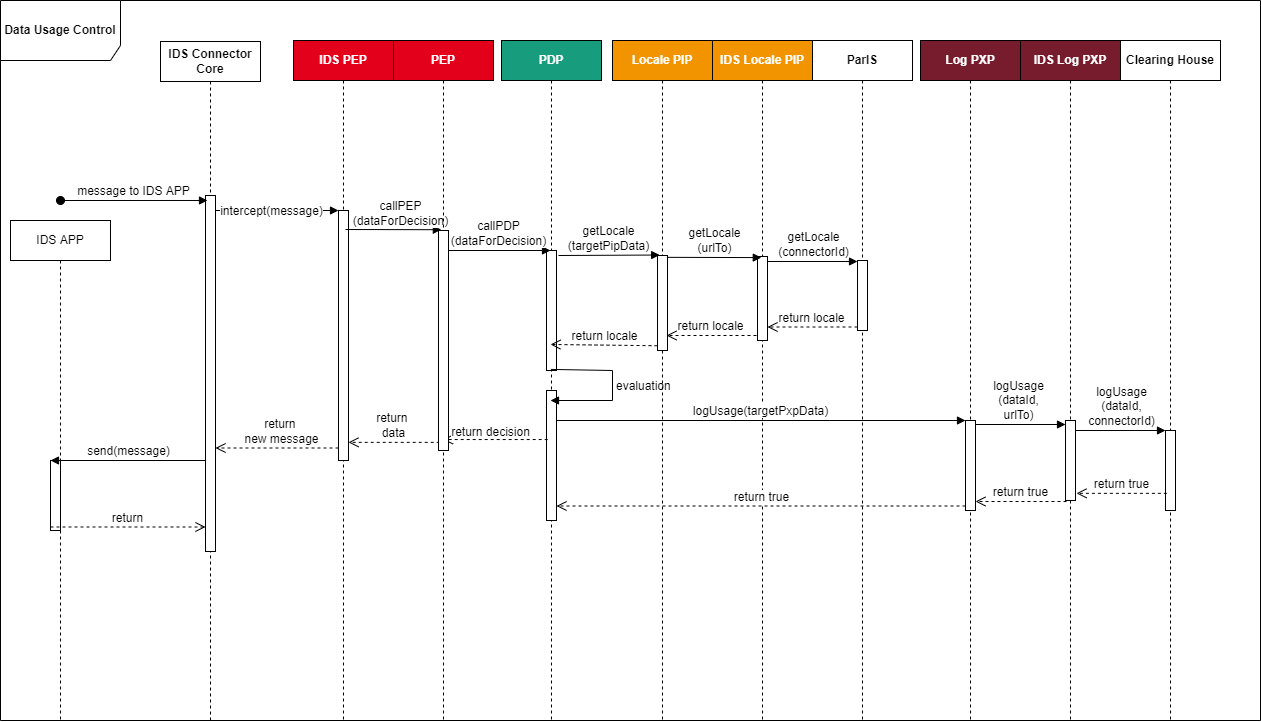
This is documentation/3_Layers_of_the_Reference_Architecture_Model/3_3_Process_Layer/media/uc-example-Sequence.drawio.png from International-Data-Spaces-Association/IDS-RAM_4_0, a draw.io export, as it was before one commit. Source tidied: cells renumbered, new cells last; positions are measured from the earlier drawing's top-left corner, leaving out a move shared by most shapes.
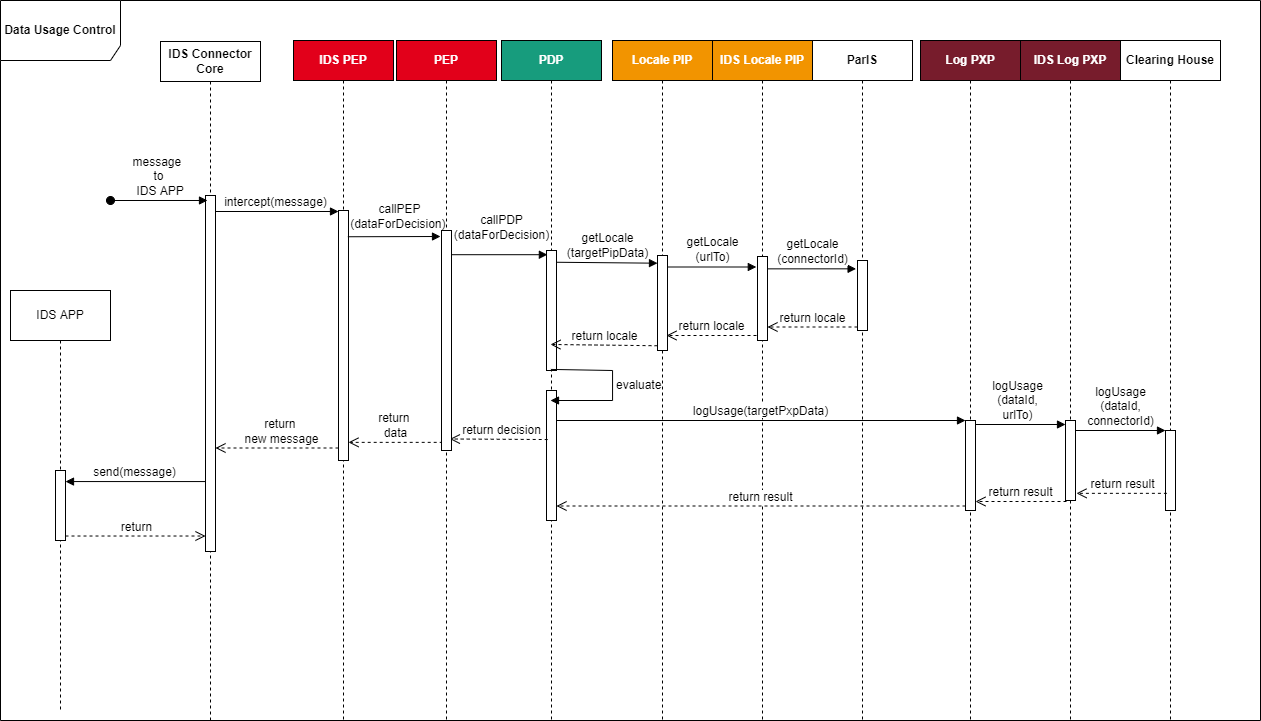
Later version of the same file.

What changed in the source:
```diff
@@ -26,7 +26,7 @@
     <mxCell id="9" style="html=1;points=[];perimeter=orthogonalPerimeter;labelBackgroundColor=none;fontSize=12;fontColor=#000000;" parent="7" vertex="1">
       <mxGeometry x="45" y="350" width="10" height="130" as="geometry" />
     </mxCell>
-    <mxCell id="10" value="evaluation" style="edgeStyle=orthogonalEdgeStyle;html=1;align=left;spacingLeft=2;endArrow=block;rounded=0;fontSize=12;fontColor=#000000;exitX=0.44;exitY=0.991;exitDx=0;exitDy=0;exitPerimeter=0;" parent="7" edge="1" source="8">
+    <mxCell id="10" value="evaluate" style="edgeStyle=orthogonalEdgeStyle;html=1;align=left;spacingLeft=2;endArrow=block;rounded=0;fontSize=12;fontColor=#000000;exitX=0.44;exitY=0.991;exitDx=0;exitDy=0;exitPerimeter=0;" parent="7" edge="1" source="8">
       <mxGeometry relative="1" as="geometry">
         <mxPoint x="49" y="360" as="targetPoint" />
         <Array as="points">
@@ -58,11 +58,11 @@
     <mxCell id="17" value="ParIS" style="shape=umlLifeline;perimeter=lifelinePerimeter;whiteSpace=wrap;html=1;fontSize=12;fontStyle=1;" parent="1" vertex="1">
       <mxGeometry x="812" y="40" width="100" height="680" as="geometry" />
     </mxCell>
-    <mxCell id="18" value="IDS APP" style="shape=umlLifeline;perimeter=lifelinePerimeter;whiteSpace=wrap;html=1;fontSize=12;" parent="1" vertex="1">
-      <mxGeometry x="10" y="220" width="100" height="500" as="geometry" />
+    <mxCell id="18" value="IDS APP" style="shape=umlLifeline;perimeter=lifelinePerimeter;whiteSpace=wrap;html=1;fontSize=12;size=50;" parent="1" vertex="1">
+      <mxGeometry x="10" y="290" width="100" height="420" as="geometry" />
     </mxCell>
     <mxCell id="19" style="html=1;points=[];perimeter=orthogonalPerimeter;labelBackgroundColor=none;fontSize=12;fontColor=#000000;" parent="18" vertex="1">
-      <mxGeometry x="40" y="240" width="10" height="70" as="geometry" />
+      <mxGeometry x="45" y="180" width="10" height="70" as="geometry" />
     </mxCell>
     <mxCell id="20" value="Clearing House" style="shape=umlLifeline;perimeter=lifelinePerimeter;whiteSpace=wrap;html=1;fontSize=12;fontStyle=1;" parent="1" vertex="1">
       <mxGeometry x="1120" y="40" width="100" height="680" as="geometry" />
@@ -70,9 +70,9 @@
     <mxCell id="21" style="html=1;points=[];perimeter=orthogonalPerimeter;labelBackgroundColor=none;fontSize=12;fontColor=#000000;" parent="20" vertex="1">
       <mxGeometry x="45" y="390" width="10" height="80" as="geometry" />
     </mxCell>
-    <mxCell id="22" value="&lt;font color=&quot;#000000&quot;&gt;message to IDS APP&lt;/font&gt;" style="html=1;verticalAlign=bottom;startArrow=oval;startFill=1;endArrow=block;startSize=8;rounded=0;fontSize=12;fontColor=#FFFFFF;entryX=0.2;entryY=0.014;entryDx=0;entryDy=0;entryPerimeter=0;" parent="1" edge="1" target="4">
+    <mxCell id="22" value="&lt;font color=&quot;#000000&quot;&gt;message &lt;br&gt;to&lt;br&gt;&amp;nbsp;IDS APP&lt;/font&gt;" style="html=1;verticalAlign=bottom;startArrow=oval;startFill=1;endArrow=block;startSize=8;rounded=0;fontSize=12;fontColor=#FFFFFF;entryX=0.2;entryY=0.014;entryDx=0;entryDy=0;entryPerimeter=0;" parent="1" edge="1" target="4">
       <mxGeometry relative="1" as="geometry">
-        <mxPoint x="60" y="200" as="sourcePoint" />
+        <mxPoint x="110" y="200" as="sourcePoint" />
       </mxGeometry>
     </mxCell>
     <mxCell id="23" value="return" style="html=1;verticalAlign=bottom;endArrow=open;dashed=1;endSize=8;exitX=0;exitY=0.95;rounded=0;fontSize=12;fontColor=#FFFFFF;" parent="1" edge="1" source="6" target="4">
@@ -83,48 +83,43 @@
         <mxPoint x="-25" y="-16" as="offset" />
       </mxGeometry>
     </mxCell>
-    <mxCell id="25" value="dispatch" style="html=1;verticalAlign=bottom;endArrow=block;entryX=0;entryY=0;rounded=0;fontSize=12;fontColor=#FFFFFF;" parent="1" edge="1" source="4" target="6">
-      <mxGeometry relative="1" as="geometry" />
+    <mxCell id="25" value="dispatch" style="html=1;verticalAlign=bottom;endArrow=block;entryX=0;entryY=0;rounded=0;fontSize=12;fontColor=#FFFFFF;" parent="1" edge="1">
+      <mxGeometry relative="1" as="geometry">
+        <mxPoint x="215" y="211" as="sourcePoint" />
+        <mxPoint x="338" y="211" as="targetPoint" />
+      </mxGeometry>
     </mxCell>
     <mxCell id="26" value="intercept(message)" style="edgeLabel;html=1;align=center;verticalAlign=middle;fontSize=12;fontColor=#000000;" parent="25" vertex="1">
       <mxGeometry x="-0.18" y="1" relative="1" as="geometry">
-        <mxPoint x="5" y="1" as="offset" />
+        <mxPoint x="9" y="-9" as="offset" />
       </mxGeometry>
     </mxCell>
-    <mxCell id="27" value="callPEP&lt;br&gt;(dataForDecision)" style="html=1;verticalAlign=bottom;endArrow=block;entryX=0.386;entryY=0.001;rounded=0;fontSize=12;fontColor=#000000;entryDx=0;entryDy=0;entryPerimeter=0;" parent="1" edge="1">
-      <mxGeometry x="0.15" y="-1" relative="1" as="geometry">
-        <mxPoint x="345" y="229" as="sourcePoint" />
-        <mxPoint x="440.9" y="229.2" as="targetPoint" />
-        <mxPoint x="1" as="offset" />
+    <mxCell id="27" value="callPEP&lt;br&gt;(dataForDecision)&amp;nbsp;" style="html=1;verticalAlign=bottom;endArrow=block;rounded=0;fontSize=12;fontColor=#000000;exitX=0.935;exitY=0.105;exitDx=0;exitDy=0;exitPerimeter=0;" parent="1" edge="1" source="6">
+      <mxGeometry x="0.11" y="3" relative="1" as="geometry">
+        <mxPoint x="440" y="236" as="targetPoint" />
       </mxGeometry>
     </mxCell>
     <mxCell id="28" value="return &lt;br&gt;data" style="html=1;verticalAlign=bottom;endArrow=open;dashed=1;endSize=8;exitX=0.12;exitY=0.963;rounded=0;fontSize=12;fontColor=#000000;exitDx=0;exitDy=0;exitPerimeter=0;" parent="1" edge="1" source="49" target="6">
       <mxGeometry relative="1" as="geometry" />
     </mxCell>
-    <mxCell id="29" value="callPDP&lt;br&gt;(dataForDecision)" style="html=1;verticalAlign=bottom;endArrow=block;entryX=0;entryY=0;rounded=0;fontSize=12;fontColor=#000000;" parent="1" edge="1">
-      <mxGeometry relative="1" as="geometry">
-        <mxPoint x="446.5" y="250" as="sourcePoint" />
-        <mxPoint x="550" y="250" as="targetPoint" />
+    <mxCell id="29" value="callPDP&lt;br&gt;(dataForDecision)" style="html=1;verticalAlign=bottom;endArrow=block;rounded=0;fontSize=12;fontColor=#000000;exitX=0.988;exitY=0.11;exitDx=0;exitDy=0;exitPerimeter=0;entryX=0.088;entryY=0.035;entryDx=0;entryDy=0;entryPerimeter=0;" parent="1" edge="1" source="49" target="8">
+      <mxGeometry x="0.03" y="10" relative="1" as="geometry">
+        <mxPoint x="1" as="offset" />
       </mxGeometry>
     </mxCell>
-    <mxCell id="30" value="return decision" style="html=1;verticalAlign=bottom;endArrow=open;dashed=1;endSize=8;exitX=0.12;exitY=0.956;rounded=0;fontSize=12;fontColor=#000000;exitDx=0;exitDy=0;exitPerimeter=0;" parent="1" edge="1">
-      <mxGeometry x="0.09" y="2" relative="1" as="geometry">
+    <mxCell id="30" value="return decision" style="html=1;verticalAlign=bottom;endArrow=open;dashed=1;endSize=8;exitX=0.12;exitY=0.956;rounded=0;fontSize=12;fontColor=#000000;exitDx=0;exitDy=0;exitPerimeter=0;entryX=0.534;entryY=0.586;entryDx=0;entryDy=0;entryPerimeter=0;" parent="1" edge="1" target="48">
+      <mxGeometry x="-0.06" relative="1" as="geometry">
         <mxPoint x="547.2" y="439" as="sourcePoint" />
-        <mxPoint x="442.5" y="439" as="targetPoint" />
       </mxGeometry>
     </mxCell>
-    <mxCell id="31" value="getLocale&lt;br&gt;(targetPipData)" style="html=1;verticalAlign=bottom;endArrow=block;entryX=0.22;entryY=-0.005;rounded=0;fontSize=12;fontColor=#000000;entryDx=0;entryDy=0;entryPerimeter=0;" parent="1" edge="1" target="12">
-      <mxGeometry relative="1" as="geometry">
-        <mxPoint x="558" y="255" as="sourcePoint" />
-      </mxGeometry>
+    <mxCell id="31" value="getLocale&lt;br&gt;(targetPipData)" style="html=1;verticalAlign=bottom;endArrow=block;entryX=0;entryY=0.081;rounded=0;fontSize=12;fontColor=#000000;entryDx=0;entryDy=0;entryPerimeter=0;exitX=1.029;exitY=0.098;exitDx=0;exitDy=0;exitPerimeter=0;" parent="1" edge="1" source="8" target="12">
+      <mxGeometry relative="1" as="geometry" />
     </mxCell>
     <mxCell id="32" value="return locale" style="html=1;verticalAlign=bottom;endArrow=open;dashed=1;endSize=8;exitX=0;exitY=0.95;rounded=0;fontSize=12;fontColor=#000000;entryX=0.4;entryY=0.783;entryDx=0;entryDy=0;entryPerimeter=0;" parent="1" edge="1" source="12" target="8">
       <mxGeometry relative="1" as="geometry" />
     </mxCell>
-    <mxCell id="33" value="getLocale&lt;br&gt;(urlTo)" style="html=1;verticalAlign=bottom;endArrow=block;entryX=0.38;entryY=0.013;rounded=0;fontSize=12;fontColor=#000000;exitX=0.94;exitY=0.072;exitDx=0;exitDy=0;exitPerimeter=0;entryDx=0;entryDy=0;entryPerimeter=0;" parent="1" edge="1" target="14">
-      <mxGeometry relative="1" as="geometry">
-        <mxPoint x="666.4" y="256.8" as="sourcePoint" />
-      </mxGeometry>
+    <mxCell id="33" value="getLocale&lt;br&gt;(urlTo)" style="html=1;verticalAlign=bottom;endArrow=block;rounded=0;fontSize=12;fontColor=#000000;exitX=1.035;exitY=0.121;exitDx=0;exitDy=0;exitPerimeter=0;entryX=-0.118;entryY=0.125;entryDx=0;entryDy=0;entryPerimeter=0;" parent="1" edge="1" source="12" target="14">
+      <mxGeometry relative="1" as="geometry" />
     </mxCell>
     <mxCell id="34" value="return locale" style="html=1;verticalAlign=bottom;endArrow=open;dashed=1;endSize=8;rounded=0;fontSize=12;fontColor=#000000;" parent="1" edge="1">
       <mxGeometry relative="1" as="geometry">
@@ -135,11 +130,8 @@
     <mxCell id="35" style="html=1;points=[];perimeter=orthogonalPerimeter;labelBackgroundColor=none;fontSize=12;fontColor=#000000;" parent="1" vertex="1">
       <mxGeometry x="857" y="260" width="10" height="70" as="geometry" />
     </mxCell>
-    <mxCell id="36" value="getLocale&lt;br&gt;(connectorId)" style="html=1;verticalAlign=bottom;endArrow=block;entryX=0;entryY=0;rounded=0;fontSize=12;fontColor=#000000;" parent="1" edge="1">
-      <mxGeometry relative="1" as="geometry">
-        <mxPoint x="767" y="261" as="sourcePoint" />
-        <mxPoint x="857" y="261" as="targetPoint" />
-      </mxGeometry>
+    <mxCell id="36" value="getLocale&lt;br&gt;(connectorId)" style="html=1;verticalAlign=bottom;endArrow=block;entryX=-0.141;entryY=0.119;rounded=0;fontSize=12;fontColor=#000000;entryDx=0;entryDy=0;entryPerimeter=0;exitX=1.012;exitY=0.147;exitDx=0;exitDy=0;exitPerimeter=0;" parent="1" edge="1" source="14" target="35">
+      <mxGeometry relative="1" as="geometry" />
     </mxCell>
     <mxCell id="37" value="return locale" style="html=1;verticalAlign=bottom;endArrow=open;dashed=1;endSize=8;exitX=0;exitY=0.95;rounded=0;fontSize=12;fontColor=#000000;" parent="1" edge="1" source="35" target="14">
       <mxGeometry relative="1" as="geometry" />
@@ -150,7 +142,7 @@
     <mxCell id="39" value="logUsage(targetPxpData)" style="html=1;verticalAlign=bottom;endArrow=block;entryX=0;entryY=0;rounded=0;fontSize=12;fontColor=#000000;" parent="1" edge="1" source="9" target="38">
       <mxGeometry relative="1" as="geometry" />
     </mxCell>
-    <mxCell id="40" value="return true" style="html=1;verticalAlign=bottom;endArrow=open;dashed=1;endSize=8;exitX=0;exitY=0.95;rounded=0;fontSize=12;fontColor=#000000;" parent="1" edge="1" source="38" target="9">
+    <mxCell id="40" value="return result" style="html=1;verticalAlign=bottom;endArrow=open;dashed=1;endSize=8;exitX=0;exitY=0.95;rounded=0;fontSize=12;fontColor=#000000;" parent="1" edge="1" source="38" target="9">
       <mxGeometry relative="1" as="geometry" />
     </mxCell>
     <mxCell id="41" style="html=1;points=[];perimeter=orthogonalPerimeter;labelBackgroundColor=none;fontSize=12;fontColor=#000000;" parent="1" vertex="1">
@@ -161,7 +153,7 @@
         <mxPoint x="975" y="424" as="sourcePoint" />
       </mxGeometry>
     </mxCell>
-    <mxCell id="43" value="return true" style="html=1;verticalAlign=bottom;endArrow=open;dashed=1;endSize=8;exitX=0;exitY=0.95;rounded=0;fontSize=12;fontColor=#000000;fontFamily=Helvetica;" parent="1" edge="1">
+    <mxCell id="43" value="return result" style="html=1;verticalAlign=bottom;endArrow=open;dashed=1;endSize=8;exitX=0;exitY=0.95;rounded=0;fontSize=12;fontColor=#000000;fontFamily=Helvetica;" parent="1" edge="1">
       <mxGeometry relative="1" as="geometry">
         <mxPoint x="1066" y="501" as="sourcePoint" />
         <mxPoint x="975" y="501" as="targetPoint" />
@@ -170,20 +162,23 @@
     <mxCell id="44" value="logUsage&lt;br&gt;(dataId,&lt;br&gt;connectorId)" style="html=1;verticalAlign=bottom;endArrow=block;entryX=0;entryY=0;rounded=0;fontSize=12;fontColor=#000000;" parent="1" edge="1" source="41" target="21">
       <mxGeometry relative="1" as="geometry" />
     </mxCell>
-    <mxCell id="45" value="return true" style="html=1;verticalAlign=bottom;endArrow=open;dashed=1;endSize=8;rounded=0;fontSize=12;fontColor=#000000;exitX=-0.16;exitY=0.548;exitDx=0;exitDy=0;exitPerimeter=0;" parent="1" edge="1">
+    <mxCell id="45" value="return result" style="html=1;verticalAlign=bottom;endArrow=open;dashed=1;endSize=8;rounded=0;fontSize=12;fontColor=#000000;exitX=-0.16;exitY=0.548;exitDx=0;exitDy=0;exitPerimeter=0;" parent="1" edge="1">
       <mxGeometry relative="1" as="geometry">
         <mxPoint x="1166.4" y="492.8" as="sourcePoint" />
         <mxPoint x="1076" y="492.8" as="targetPoint" />
       </mxGeometry>
     </mxCell>
-    <mxCell id="46" value="send(message)" style="html=1;verticalAlign=bottom;endArrow=block;entryX=0;entryY=0;rounded=0;fontSize=12;fontColor=#000000;" parent="1" edge="1" source="4" target="19">
+    <mxCell id="46" value="send(message)" style="html=1;verticalAlign=bottom;endArrow=block;entryX=1;entryY=0.158;rounded=0;fontSize=12;fontColor=#000000;entryDx=0;entryDy=0;entryPerimeter=0;" parent="1" edge="1" source="4" target="19">
       <mxGeometry relative="1" as="geometry" />
     </mxCell>
-    <mxCell id="47" value="return" style="html=1;verticalAlign=bottom;endArrow=open;dashed=1;endSize=8;exitX=0;exitY=0.95;rounded=0;fontSize=12;fontColor=#000000;" parent="1" edge="1" source="19" target="4">
-      <mxGeometry relative="1" as="geometry" />
+    <mxCell id="47" value="return" style="html=1;verticalAlign=bottom;endArrow=open;dashed=1;endSize=8;exitX=1;exitY=0.736;rounded=0;fontSize=12;fontColor=#000000;exitDx=0;exitDy=0;exitPerimeter=0;" parent="1" edge="1">
+      <mxGeometry relative="1" as="geometry">
+        <mxPoint x="65" y="535.5" as="sourcePoint" />
+        <mxPoint x="205" y="535.5" as="targetPoint" />
+      </mxGeometry>
     </mxCell>
     <mxCell id="48" value="PEP" style="shape=umlLifeline;perimeter=lifelinePerimeter;whiteSpace=wrap;html=1;outlineConnect=0;fontSize=12;fillColor=#E2001A;fontColor=#FFFFFF;fontStyle=1;" parent="1" vertex="1">
-      <mxGeometry x="393" y="40" width="100" height="680" as="geometry" />
+      <mxGeometry x="396" y="40" width="100" height="680" as="geometry" />
     </mxCell>
     <mxCell id="49" style="html=1;points=[];perimeter=orthogonalPerimeter;labelBackgroundColor=none;fontSize=12;fontColor=#000000;" parent="48" vertex="1">
       <mxGeometry x="45" y="190" width="10" height="220" as="geometry" />
```
